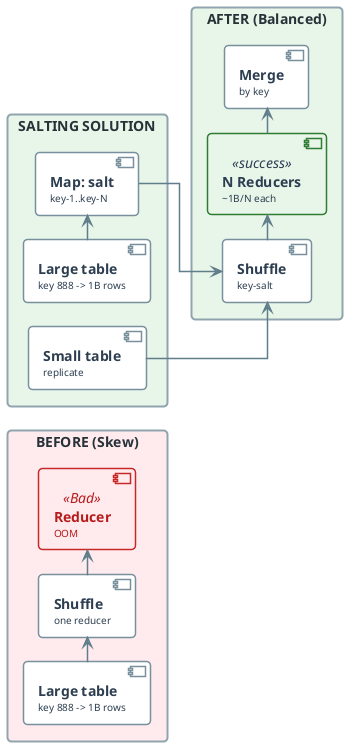
Before: diagrams/week03/week3_practice_slide18_skew_mitigation.png, a diagram exported from PlantUML (OrPerets/data-engineering-course).
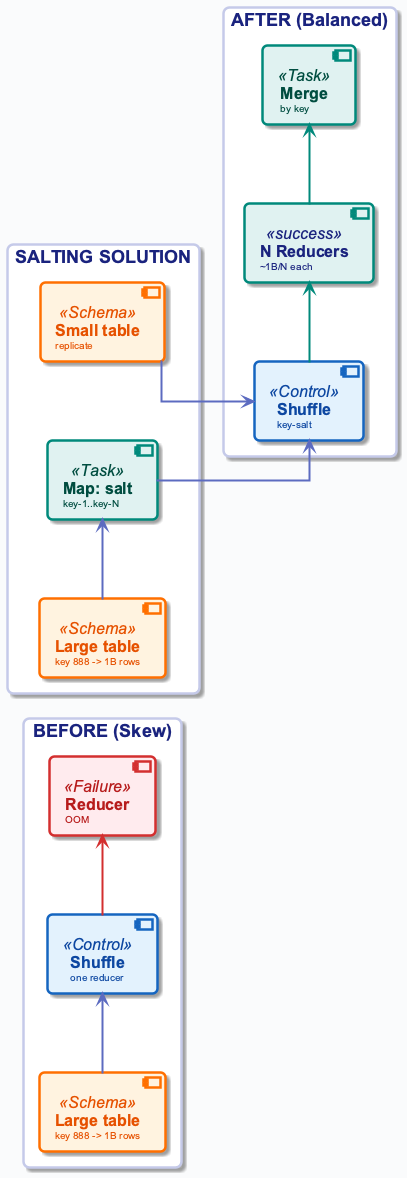
After the commit.

The edit, as a diff of the source:
```diff
@@ -1,148 +1,31 @@
 @startuml
+!include ../_template_styles.puml
+left to right direction
 
-left to right direction
-skinparam linetype ortho
-skinparam shadowing false
-skinparam roundcorner 8
-skinparam handwritten false
-skinparam nodesep 24
-skinparam ranksep 28
-
-skinparam defaultFontName "Segoe UI, Helvetica, sans-serif"
-skinparam defaultFontSize 16
-skinparam defaultFontColor #2C3E50
-
-skinparam rectangle {
-    BackgroundColor #F8F9FA
-    BorderColor #90A4AE
-    BorderThickness 2
-    FontColor #263238
-    FontSize 14
-    FontStyle bold
-    Padding 20
+rectangle "BEFORE (Skew)" #FFFFFF {
+    component "**Large table**\n<size:10>key 888 -> 1B rows</size>" as LARGE1 <<Schema>>
+    component "**Shuffle**\n<size:10>one reducer</size>" as SHUFFLE1 <<Control>>
+    component "**Reducer**\n<size:10>OOM</size>" as REDUCE1 <<Failure>>
+    LARGE1 -right[#5C6BC0,thickness=2]-> SHUFFLE1
+    SHUFFLE1 -right[#D32F2F,thickness=2]-> REDUCE1
 }
 
-skinparam component {
-    BackgroundColor #FFFFFF
-    BorderColor #78909C
-    BorderThickness 1.5
-    FontSize 14
-    Padding 12
+rectangle "SALTING SOLUTION" #FFFFFF {
+    component "**Large table**\n<size:10>key 888 -> 1B rows</size>" as LARGE2 <<Schema>>
+    component "**Map: salt**\n<size:10>key-1..key-N</size>" as SALT <<Task>>
+    component "**Small table**\n<size:10>replicate</size>" as REPL <<Schema>>
+    LARGE2 -right[#5C6BC0,thickness=2]-> SALT
 }
 
-skinparam database {
-    BackgroundColor #ECEFF1
-    BorderColor #546E7A
-    BorderThickness 1.5
-    FontSize 14
-    FontColor #263238
+rectangle "AFTER (Balanced)" #FFFFFF {
+    component "**Shuffle**\n<size:10>key-salt</size>" as SHUFFLE2 <<Control>>
+    component "**N Reducers**\n<size:10>~1B/N each</size>" as REDUCE2 <<success>>
+    component "**Merge**\n<size:10>by key</size>" as MERGE <<Task>>
+    SHUFFLE2 -right[#00897B,thickness=2]-> REDUCE2
+    REDUCE2 -right[#00897B,thickness=2]-> MERGE
 }
 
-skinparam arrow {
-    Color #607D8B
-    Thickness 1.5
-    FontSize 11
-    FontColor #546E7A
-}
-
-skinparam component<<UI>> {
-    BorderColor #8E24AA
-    BackgroundColor #F3E5F5
-    FontColor #4A148C
-}
-
-skinparam component<<Agent>> {
-    BorderColor #0288D1
-    BackgroundColor #E1F5FE
-    FontColor #01579B
-}
-
-skinparam component<<Tool>> {
-    BorderColor #2E7D32
-    BackgroundColor #E8F5E9
-    FontColor #1B5E20
-}
-
-skinparam component<<Config>> {
-    BorderColor #F57C00
-    BackgroundColor #FFF3E0
-    FontColor #E65100
-}
-
-skinparam component<<Bad>> {
-    BorderColor #C62828
-    BackgroundColor #FFEBEE
-    FontColor #B71C1C
-}
-
-skinparam component<<V1>> {
-    BorderColor #F57C00
-    BackgroundColor #FFF3E0
-    FontColor #E65100
-}
-
-skinparam component<<V2>> {
-    BorderColor #2E7D32
-    BackgroundColor #E8F5E9
-    FontColor #1B5E20
-}
-
-skinparam component<<up>> {
-    BackgroundColor #E8F5E9
-    BorderColor #2E7D32
-}
-
-skinparam component<<down>> {
-    BackgroundColor #FFEBEE
-    BorderColor #C62828
-}
-
-skinparam database<<up>> {
-    BackgroundColor #E8F5E9
-    BorderColor #2E7D32
-}
-
-skinparam database<<down>> {
-    BackgroundColor #FFEBEE
-    BorderColor #C62828
-}
-
-skinparam component<<success>> {
-    BackgroundColor #E8F5E9
-    BorderColor #2E7D32
-}
-
-skinparam component<<failure>> {
-    BackgroundColor #FFEBEE
-    BorderColor #C62828
-}
-
-
-
-rectangle "BEFORE (Skew)" #FFEBEE {
-    component "**Large table**\n<size:10>key 888 -> 1B rows</size>" as LARGE1
-    component "**Shuffle**\n<size:10>one reducer</size>" as SHUFFLE1
-    component "**Reducer**\n<size:10>OOM</size>" as REDUCE1 <<Bad>>
-    LARGE1 -right-> SHUFFLE1
-    SHUFFLE1 -right-> REDUCE1
-}
-
-rectangle "SALTING SOLUTION" #E8F5E9 {
-    component "**Large table**\n<size:10>key 888 -> 1B rows</size>" as LARGE2
-    component "**Map: salt**\n<size:10>key-1..key-N</size>" as SALT
-    component "**Small table**\n<size:10>replicate</size>" as REPL
-    LARGE2 -right-> SALT
-}
-
-rectangle "AFTER (Balanced)" #E8F5E9 {
-    component "**Shuffle**\n<size:10>key-salt</size>" as SHUFFLE2
-    component "**N Reducers**\n<size:10>~1B/N each</size>" as REDUCE2 <<success>>
-    component "**Merge**\n<size:10>by key</size>" as MERGE
-    SHUFFLE2 -right-> REDUCE2
-    REDUCE2 -right-> MERGE
-}
-
-SALT -down-> SHUFFLE2
-REPL -down-> SHUFFLE2
+SALT -down[#5C6BC0,thickness=2]-> SHUFFLE2
+REPL -down[#5C6BC0,thickness=2]-> SHUFFLE2
 
 @enduml
```
